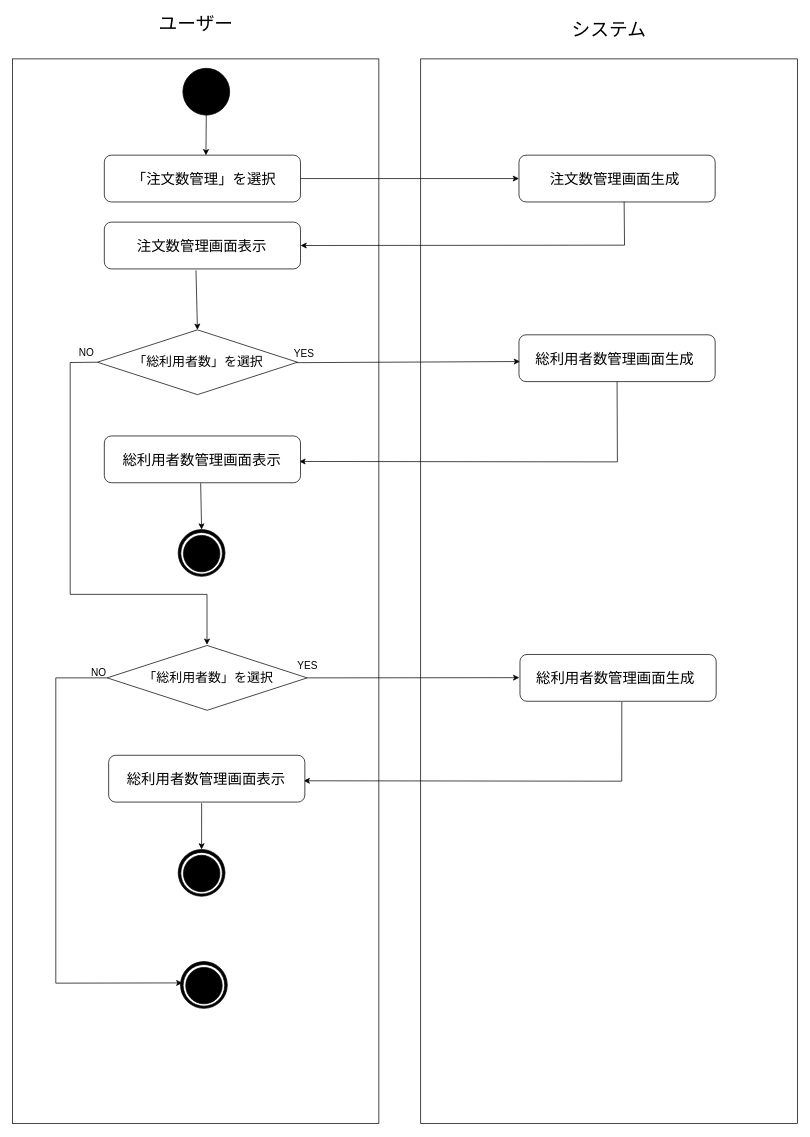
Earlier version of the draw.io diagram 外部設計書/drawio機能設計/注文数管理.drawio (RENMORITAA/software-engineering). Source tidied: cells renumbered, new cells numbered last; positions are measured from the earlier drawing's top-left corner, leaving out a move shared by most shapes. Both pictures are drawn from the tidied source at 72%, with x=0, y=0 at pixel (12, 12).
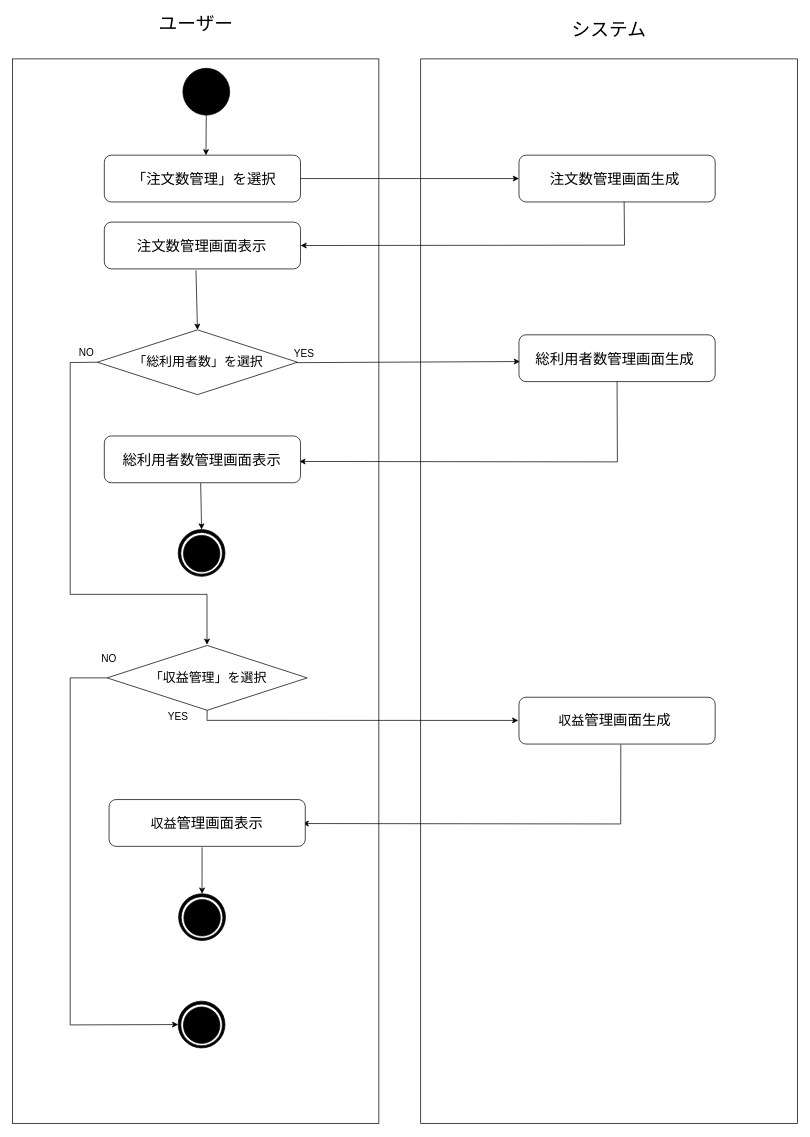
After the change.

Commit message (it also covers changes not shown here):
注文数管理機能の図の修正

The change refers to these unchanged cells:
```xml
<mxCell id="34" style="rhombus;whiteSpace=wrap;html=1;" parent="1" vertex="1">
  <mxGeometry x="131.3" y="880" width="277.9" height="90" as="geometry" />
</mxCell>
```

Change to the diagram source:
```diff
@@
-    <mxCell id="35" value="&lt;span style=&quot;font-size: 18px;&quot;&gt;「総利用者数」を選択&lt;/span&gt;" style="text;html=1;whiteSpace=wrap;strokeColor=none;fillColor=none;align=center;verticalAlign=middle;rounded=0;" parent="1" vertex="1">
+    <mxCell id="35" value="&lt;span style=&quot;font-size: 18px;&quot;&gt;「収益管理」を選択&lt;/span&gt;" style="text;html=1;whiteSpace=wrap;strokeColor=none;fillColor=none;align=center;verticalAlign=middle;rounded=0;" parent="1" vertex="1">
       <mxGeometry x="163.6" y="898.1" width="216.2" height="53.8" as="geometry" />
     </mxCell>
     <mxCell id="36" value="&lt;span style=&quot;font-size: 14px;&quot;&gt;YES&lt;/span&gt;" style="text;html=1;whiteSpace=wrap;strokeColor=none;fillColor=none;align=center;verticalAlign=middle;rounded=0;" parent="1" vertex="1">
-      <mxGeometry x="379.8" y="892.5" width="60" height="30" as="geometry" />
+      <mxGeometry x="200" y="963.7" width="60" height="30" as="geometry" />
     </mxCell>
@@
-    <mxCell id="38" style="endArrow=classic;html=1;rounded=0;entryX=-0.009;entryY=0.486;entryDx=0;entryDy=0;exitX=1;exitY=0.5;exitDx=0;exitDy=0;entryPerimeter=0;" parent="1" edge="1" source="34" target="40">
-      <mxGeometry relative="1" as="geometry" />
+    <mxCell id="38" style="endArrow=classic;html=1;rounded=0;entryX=-0.009;entryY=0.486;entryDx=0;entryDy=0;exitX=0.5;exitY=1;exitDx=0;exitDy=0;entryPerimeter=0;" parent="1" edge="1" source="34" target="40">
+      <mxGeometry relative="1" as="geometry">
+        <Array as="points">
+          <mxPoint x="270" y="984" />
+        </Array>
+      </mxGeometry>
     </mxCell>
     <mxCell id="39" style="rounded=1;whiteSpace=wrap;html=1;" parent="1" vertex="1">
-      <mxGeometry x="704.7" y="892.5" width="272.5" height="65" as="geometry" />
+      <mxGeometry x="703.3" y="951.9" width="272.5" height="65" as="geometry" />
     </mxCell>
-    <mxCell id="40" value="&lt;span style=&quot;font-size: 20px;&quot;&gt;総利用者数管理画面生成&lt;/span&gt;" style="text;html=1;whiteSpace=wrap;strokeColor=none;fillColor=none;align=center;verticalAlign=middle;rounded=0;" parent="1" vertex="1">
-      <mxGeometry x="706.1" y="915.6" width="263.4" height="18.7" as="geometry" />
+    <mxCell id="40" value="&lt;span style=&quot;font-size: 18px;&quot;&gt;収益&lt;/span&gt;&lt;span style=&quot;font-size: 20px;&quot;&gt;管理画面生成&lt;/span&gt;" style="text;html=1;whiteSpace=wrap;strokeColor=none;fillColor=none;align=center;verticalAlign=middle;rounded=0;" parent="1" vertex="1">
+      <mxGeometry x="704.7" y="975" width="263.4" height="18.7" as="geometry" />
     </mxCell>
-    <mxCell id="41" style="endArrow=classic;html=1;rounded=0;exitX=0.519;exitY=1.012;exitDx=0;exitDy=0;entryX=0.994;entryY=0.545;entryDx=0;entryDy=0;entryPerimeter=0;exitPerimeter=0;" parent="1" edge="1" source="39" target="42">
+    <mxCell id="41" style="endArrow=classic;html=1;rounded=0;exitX=0.519;exitY=1.012;exitDx=0;exitDy=0;entryX=0.994;entryY=0.545;entryDx=0;entryDy=0;entryPerimeter=0;exitPerimeter=0;" parent="1" edge="1" source="39">
       <mxGeometry relative="1" as="geometry">
+        <mxPoint x="402.8" y="1127.3" as="targetPoint" />
         <Array as="points">
-          <mxPoint x="846" y="1068.5" />
+          <mxPoint x="844.6" y="1127.9" />
         </Array>
       </mxGeometry>
     </mxCell>
     <mxCell id="42" style="rounded=1;whiteSpace=wrap;html=1;" parent="1" vertex="1">
-      <mxGeometry x="133.4" y="1032.5" width="272.5" height="65" as="geometry" />
+      <mxGeometry x="134" y="1094" width="272.5" height="65" as="geometry" />
     </mxCell>
-    <mxCell id="43" value="&lt;span style=&quot;font-size: 20px;&quot;&gt;総利用者数管理&lt;/span&gt;&lt;span style=&quot;font-size: 20px;&quot;&gt;画面表示&lt;/span&gt;" style="text;html=1;whiteSpace=wrap;strokeColor=none;fillColor=none;align=center;verticalAlign=middle;rounded=0;" parent="1" vertex="1">
-      <mxGeometry x="138.4" y="1058.1" width="262.4" height="13.9" as="geometry" />
+    <mxCell id="43" value="&lt;span style=&quot;font-size: 18px;&quot;&gt;収益&lt;/span&gt;&lt;span style=&quot;font-size: 20px;&quot;&gt;管理画面表示&lt;/span&gt;" style="text;html=1;whiteSpace=wrap;strokeColor=none;fillColor=none;align=center;verticalAlign=middle;rounded=0;" parent="1" vertex="1">
+      <mxGeometry x="139.1" y="1119.6" width="262.4" height="13.9" as="geometry" />
     </mxCell>
     <mxCell id="44" style="group;" parent="1" vertex="1">
-      <mxGeometry x="230" y="1163.3" width="65" height="65" as="geometry" />
+      <mxGeometry x="230.6" y="1224.8" width="65" height="65" as="geometry" />
     </mxCell>
@@
-    <mxCell id="49" style="edgeStyle=orthogonalEdgeStyle;rounded=0;orthogonalLoop=1;jettySize=auto;html=1;exitX=0.5;exitY=1;exitDx=0;exitDy=0;" parent="1" edge="1">
-      <mxGeometry relative="1" as="geometry">
-        <mxPoint x="173.2" y="1342.3" as="sourcePoint" />
-        <mxPoint x="173.2" y="1342.3" as="targetPoint" />
-      </mxGeometry>
-    </mxCell>
-    <mxCell id="50" style="group;" parent="1" vertex="1">
-      <mxGeometry x="233.2" y="1319" width="65" height="65" as="geometry" />
-    </mxCell>
+    <mxCell id="55" style="edgeStyle=orthogonalEdgeStyle;rounded=0;orthogonalLoop=1;jettySize=auto;html=1;exitX=0.5;exitY=1;exitDx=0;exitDy=0;" parent="1" edge="1">
+      <mxGeometry relative="1" as="geometry">
+        <mxPoint x="116.5" y="932.3" as="sourcePoint" />
+        <mxPoint x="116.5" y="932.3" as="targetPoint" />
+      </mxGeometry>
+    </mxCell>
+    <mxCell id="56" value="&lt;span style=&quot;font-size: 14px;&quot;&gt;NO&lt;/span&gt;" style="text;html=1;whiteSpace=wrap;strokeColor=none;fillColor=none;align=center;verticalAlign=middle;rounded=0;" parent="1" vertex="1">
+      <mxGeometry x="103.6" y="884" width="60" height="30" as="geometry" />
+    </mxCell>
+    <mxCell id="57" style="edgeStyle=orthogonalEdgeStyle;rounded=0;orthogonalLoop=1;jettySize=auto;html=1;exitX=0.5;exitY=1;exitDx=0;exitDy=0;" parent="1" edge="1" source="56" target="56">
+      <mxGeometry relative="1" as="geometry" />
+    </mxCell>
+    <mxCell id="58" style="group;" parent="1" vertex="1">
+      <mxGeometry x="230" y="1374" width="65" height="65" as="geometry" />
+    </mxCell>
-    <mxCell id="51" style="ellipse;whiteSpace=wrap;html=1;fillColor=#000000;" parent="50" vertex="1">
+    <mxCell id="51" style="ellipse;whiteSpace=wrap;html=1;fillColor=#000000;" parent="58" vertex="1">
       <mxGeometry width="65" height="65" as="geometry" />
     </mxCell>
-    <mxCell id="52" style="ellipse;whiteSpace=wrap;html=1;fillColor=#FFFFFF;" parent="50" vertex="1">
+    <mxCell id="52" style="ellipse;whiteSpace=wrap;html=1;fillColor=#FFFFFF;" parent="58" vertex="1">
       <mxGeometry x="3.6" y="4.1" width="57.8" height="57.8" as="geometry" />
     </mxCell>
-    <mxCell id="53" style="ellipse;whiteSpace=wrap;html=1;fillColor=#000000;" parent="50" vertex="1">
+    <mxCell id="53" style="ellipse;whiteSpace=wrap;html=1;fillColor=#000000;" parent="58" vertex="1">
       <mxGeometry x="7.3" y="8.1" width="50.6" height="50.6" as="geometry" />
     </mxCell>
-    <mxCell id="54" style="endArrow=classic;html=1;rounded=0;exitX=0;exitY=0.5;exitDx=0;exitDy=0;entryX=-0.017;entryY=0.442;entryDx=0;entryDy=0;entryPerimeter=0;" parent="1" edge="1" source="34" target="52">
-      <mxGeometry relative="1" as="geometry">
-        <Array as="points">
-          <mxPoint x="60" y="925" />
-          <mxPoint x="60" y="1349" />
-        </Array>
-      </mxGeometry>
-    </mxCell>
-    <mxCell id="55" style="edgeStyle=orthogonalEdgeStyle;rounded=0;orthogonalLoop=1;jettySize=auto;html=1;exitX=0.5;exitY=1;exitDx=0;exitDy=0;" parent="1" edge="1">
-      <mxGeometry relative="1" as="geometry">
-        <mxPoint x="116.5" y="932.3" as="sourcePoint" />
-        <mxPoint x="116.5" y="932.3" as="targetPoint" />
-      </mxGeometry>
-    </mxCell>
-    <mxCell id="56" value="&lt;span style=&quot;font-size: 14px;&quot;&gt;NO&lt;/span&gt;" style="text;html=1;whiteSpace=wrap;strokeColor=none;fillColor=none;align=center;verticalAlign=middle;rounded=0;" parent="1" vertex="1">
-      <mxGeometry x="90.1" y="903.1" width="60" height="30" as="geometry" />
-    </mxCell>
-    <mxCell id="57" style="edgeStyle=orthogonalEdgeStyle;rounded=0;orthogonalLoop=1;jettySize=auto;html=1;exitX=0.5;exitY=1;exitDx=0;exitDy=0;" parent="1" edge="1" source="56" target="56">
-      <mxGeometry relative="1" as="geometry" />
-    </mxCell>
+    <mxCell id="59" style="endArrow=classic;html=1;rounded=0;exitX=0;exitY=0.5;exitDx=0;exitDy=0;entryX=0;entryY=0.5;entryDx=0;entryDy=0;" parent="1" edge="1" source="34" target="51">
+      <mxGeometry relative="1" as="geometry">
+        <Array as="points">
+          <mxPoint x="80" y="925" />
+          <mxPoint x="80" y="1407" />
+        </Array>
+      </mxGeometry>
+    </mxCell>
```
